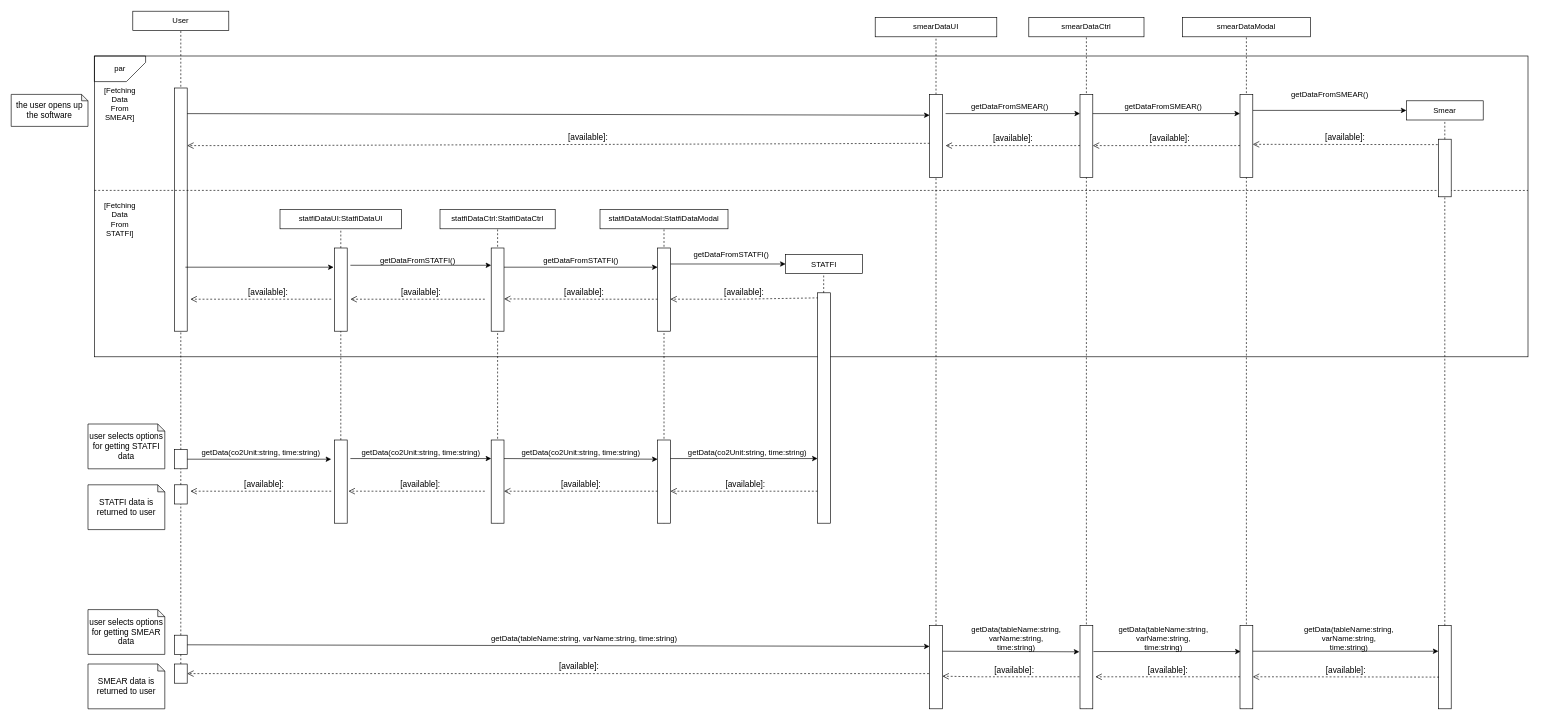
This is Software Design Project Sequence Diagram.drawio from jahan19011noor/university_project, a draw.io file, before an edit. Source tidied: cells renumbered, new cells numbered last; positions are measured from the earlier drawing's top-left corner, leaving out a move shared by most shapes. Both pictures are drawn from the tidied source at 64%, with x=0, y=0 at pixel (11, 11).
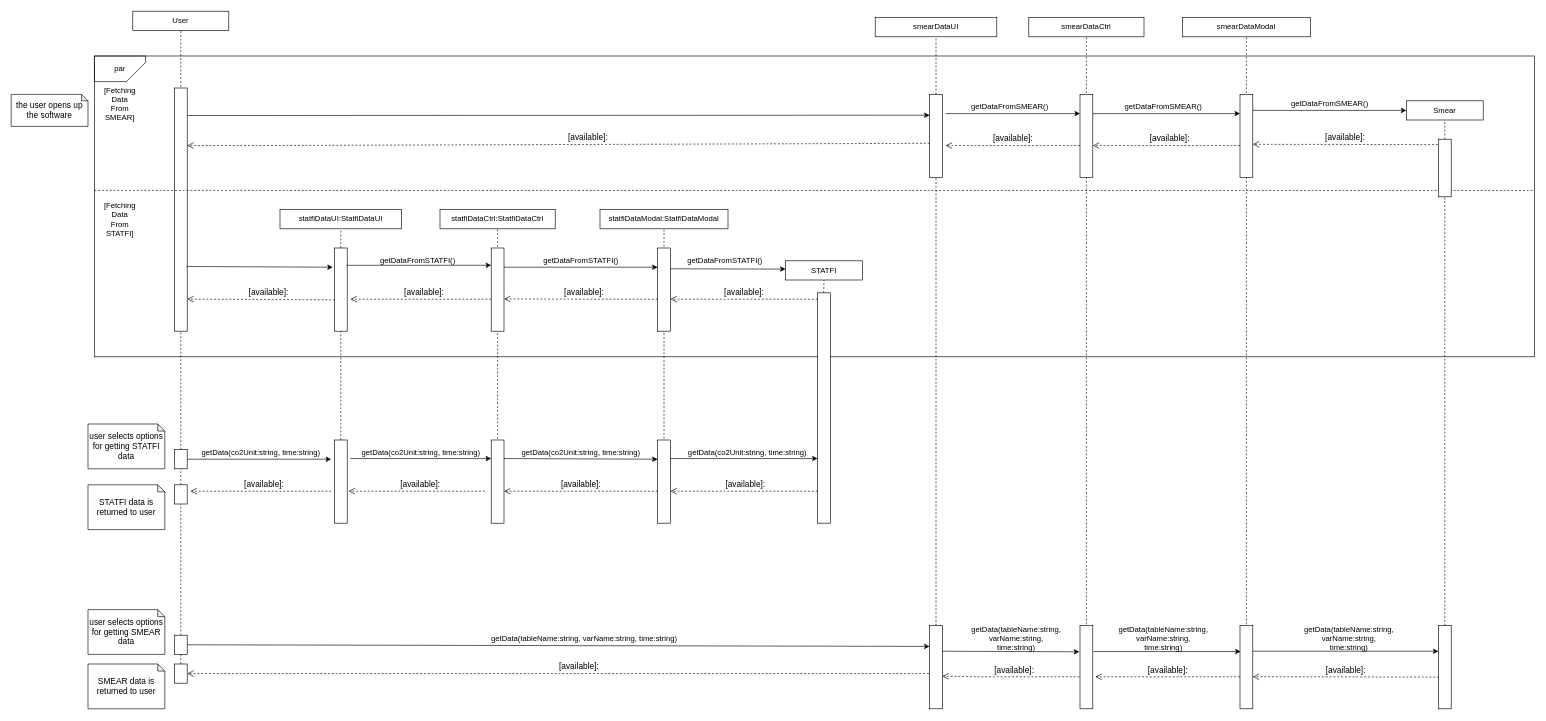
Above is the later version.

Unchanged cells that the change refers to:
```xml
<mxCell id="5" style="group;" parent="1" vertex="1">
  <mxGeometry x="350" y="140" width="960" height="30" as="geometry" />
</mxCell>
<mxCell id="11" style="rounded=0;whiteSpace=wrap;html=1;" parent="1" vertex="1">
  <mxGeometry x="255" y="120" width="20" height="380" as="geometry" />
</mxCell>
<mxCell id="47" style="rounded=0;whiteSpace=wrap;html=1;" parent="42" vertex="1">
  <mxGeometry x="85" y="120" width="20" height="130" as="geometry" />
</mxCell>
<mxCell id="76" style="rounded=0;whiteSpace=wrap;html=1;" parent="1" vertex="1">
  <mxGeometry x="505" y="370" width="20" height="130" as="geometry" />
</mxCell>
<mxCell id="90" style="rounded=0;whiteSpace=wrap;html=1;" parent="1" vertex="1">
  <mxGeometry x="1010" y="370" width="20" height="130" as="geometry" />
</mxCell>
<mxCell id="93" style="rounded=0;whiteSpace=wrap;html=1;fontSize=14;" parent="1" vertex="1">
  <mxGeometry x="1260" y="440" width="20" height="360" as="geometry" />
</mxCell>
```

What changed in the source:
```diff
@@
-    <mxCell id="6" style="endArrow=classic;html=1;rounded=0;exitX=1;exitY=0.5;exitDx=0;exitDy=0;entryX=0;entryY=0.25;entryDx=0;entryDy=0;" parent="5" edge="1" target="47">
+    <mxCell id="6" style="endArrow=classic;html=1;rounded=0;entryX=0;entryY=0.25;entryDx=0;entryDy=0;" parent="5" edge="1" target="47">
       <mxGeometry relative="1" as="geometry">
-        <mxPoint x="-90" y="20" as="sourcePoint" />
+        <mxPoint x="-90" y="23" as="sourcePoint" />
       </mxGeometry>
     </mxCell>
@@
     <mxCell id="10" value="getDataFromSMEAR()" style="text;html=1;align=center;verticalAlign=middle;strokeColor=none;fillColor=none;" parent="1" vertex="1">
-      <mxGeometry x="1990" y="120" width="140" height="20" as="geometry" />
+      <mxGeometry x="1990" y="135" width="140" height="20" as="geometry" />
     </mxCell>
@@
-    <mxCell id="13" style="group;" parent="1" vertex="1">
-      <mxGeometry x="290" y="380" width="190" height="30" as="geometry" />
-    </mxCell>
-    <mxCell id="14" style="endArrow=classic;html=1;rounded=0;exitX=1;exitY=0.5;exitDx=0;exitDy=0;" parent="13" edge="1">
-      <mxGeometry relative="1" as="geometry">
-        <mxPoint x="-17.8" y="20" as="sourcePoint" />
-        <mxPoint x="213.8" y="20" as="targetPoint" />
-      </mxGeometry>
-    </mxCell>
-    <mxCell id="15" value="&lt;span style=&quot;font-size: 13px&quot;&gt;[available]:&lt;/span&gt;" style="html=1;verticalAlign=bottom;endArrow=open;dashed=1;endSize=8;rounded=0;entryX=1;entryY=0.615;entryDx=0;entryDy=0;entryPerimeter=0;exitX=0.05;exitY=0.022;exitDx=0;exitDy=0;exitPerimeter=0;" parent="1" edge="1" source="93" target="90">
+    <mxCell id="15" value="&lt;span style=&quot;font-size: 13px&quot;&gt;[available]:&lt;/span&gt;" style="html=1;verticalAlign=bottom;endArrow=open;dashed=1;endSize=8;rounded=0;entryX=1;entryY=0.615;entryDx=0;entryDy=0;entryPerimeter=0;" parent="1" edge="1" target="90">
       <mxGeometry relative="1" as="geometry">
+        <mxPoint x="1260" y="450" as="sourcePoint" />
         <Array as="points">
           <mxPoint x="1139" y="450" />
         </Array>
       </mxGeometry>
     </mxCell>
     <mxCell id="16" style="rounded=0;whiteSpace=wrap;html=1;fillColor=none;strokeColor=default;" parent="1" vertex="1">
-      <mxGeometry x="130" y="70" width="2240" height="470" as="geometry" />
+      <mxGeometry x="130" y="70" width="2250" height="470" as="geometry" />
     </mxCell>
@@
-    <mxCell id="22" value="&lt;span style=&quot;font-size: 13px&quot;&gt;[available]:&lt;/span&gt;" style="html=1;verticalAlign=bottom;endArrow=open;dashed=1;endSize=8;rounded=0;exitX=-0.25;exitY=0.615;exitDx=0;exitDy=0;exitPerimeter=0;" parent="1" edge="1" source="76">
-      <mxGeometry x="-0.1" relative="1" as="geometry">
-        <mxPoint x="280" y="450" as="targetPoint" />
-      </mxGeometry>
+    <mxCell id="22" value="&lt;span style=&quot;font-size: 13px&quot;&gt;[available]:&lt;/span&gt;" style="html=1;verticalAlign=bottom;endArrow=open;dashed=1;endSize=8;rounded=0;exitX=0.05;exitY=0.623;exitDx=0;exitDy=0;exitPerimeter=0;entryX=1;entryY=0.868;entryDx=0;entryDy=0;entryPerimeter=0;" parent="1" edge="1" source="76" target="11">
+      <mxGeometry x="-0.1" relative="1" as="geometry" />
     </mxCell>
@@
-    <mxCell id="66" style="endArrow=classic;html=1;rounded=0;fontSize=13;entryX=0;entryY=0.5;entryDx=0;entryDy=0;" parent="1" edge="1" target="92">
+    <mxCell id="66" style="endArrow=classic;html=1;rounded=0;fontSize=13;exitX=1;exitY=0.25;exitDx=0;exitDy=0;" parent="1" edge="1" source="90">
       <mxGeometry relative="1" as="geometry">
-        <mxPoint x="1030" y="395" as="sourcePoint" />
+        <mxPoint x="1210" y="403" as="targetPoint" />
       </mxGeometry>
     </mxCell>
@@
-    <mxCell id="77" style="endArrow=classic;html=1;rounded=0;" parent="1" edge="1">
+    <mxCell id="77" style="endArrow=classic;html=1;rounded=0;exitX=0.95;exitY=0.208;exitDx=0;exitDy=0;exitPerimeter=0;" parent="1" edge="1" source="76">
       <mxGeometry relative="1" as="geometry">
-        <mxPoint x="530" y="397" as="sourcePoint" />
         <mxPoint x="750" y="397" as="targetPoint" />
       </mxGeometry>
     </mxCell>
     <mxCell id="78" value="&lt;span style=&quot;font-size: 13px&quot;&gt;[available]:&lt;/span&gt;" style="html=1;verticalAlign=bottom;endArrow=open;dashed=1;endSize=8;rounded=0;" parent="1" edge="1">
       <mxGeometry x="-0.05" relative="1" as="geometry">
-        <mxPoint x="740" y="450" as="sourcePoint" />
+        <mxPoint x="750" y="450" as="sourcePoint" />
         <mxPoint x="530" y="450" as="targetPoint" />
         <Array as="points">
           <mxPoint x="630" y="450" />
         </Array>
       </mxGeometry>
     </mxCell>
@@
     <mxCell id="91" value="getDataFromSTATFI()" style="text;html=1;align=center;verticalAlign=middle;strokeColor=none;fillColor=none;" parent="1" vertex="1">
-      <mxGeometry x="1060" y="370" width="130" height="20" as="geometry" />
+      <mxGeometry x="1050" y="380" width="130" height="20" as="geometry" />
     </mxCell>
     <mxCell id="92" value="&lt;span style=&quot;font-size: 12px&quot;&gt;STATFI&lt;/span&gt;" style="rounded=0;whiteSpace=wrap;html=1;fontSize=13;" parent="1" vertex="1">
-      <mxGeometry x="1210" y="380" width="120" height="30" as="geometry" />
+      <mxGeometry x="1210" y="390" width="120" height="30" as="geometry" />
     </mxCell>
@@
-    <mxCell id="94" style="endArrow=none;dashed=1;html=1;rounded=0;fontSize=14;entryX=0.5;entryY=1;entryDx=0;entryDy=0;startArrow=none;" parent="1" edge="1">
+    <mxCell id="94" style="endArrow=none;dashed=1;html=1;rounded=0;fontSize=14;startArrow=none;" parent="1" edge="1">
       <mxGeometry relative="1" as="geometry">
         <mxPoint x="1269.5" y="440" as="sourcePoint" />
-        <mxPoint x="1269.5" y="410" as="targetPoint" />
+        <mxPoint x="1270" y="420" as="targetPoint" />
       </mxGeometry>
     </mxCell>
@@
+    <mxCell id="14" style="endArrow=classic;html=1;rounded=0;exitX=0.95;exitY=0.734;exitDx=0;exitDy=0;exitPerimeter=0;" parent="1" edge="1" source="11">
+      <mxGeometry relative="1" as="geometry">
+        <mxPoint x="502.5" y="400" as="targetPoint" />
+      </mxGeometry>
+    </mxCell>
```
